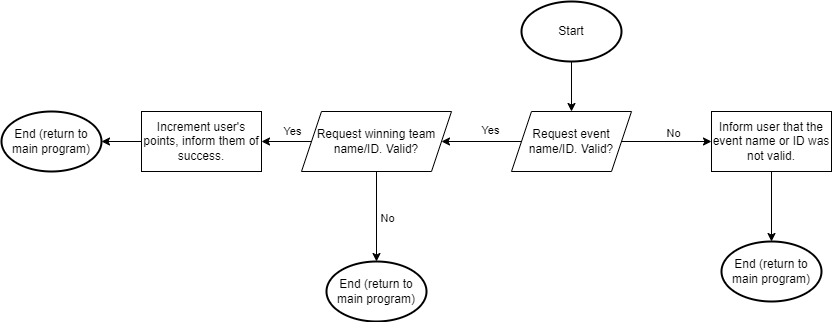
The draw.io diagram flowcharts/seteventwinner.drawio.png in iiRealisticDev/unit4tournamentapp, before a commit. Source tidied: cells renumbered, new cells last; positions are measured from the earlier drawing's top-left corner, leaving out a move shared by most shapes.
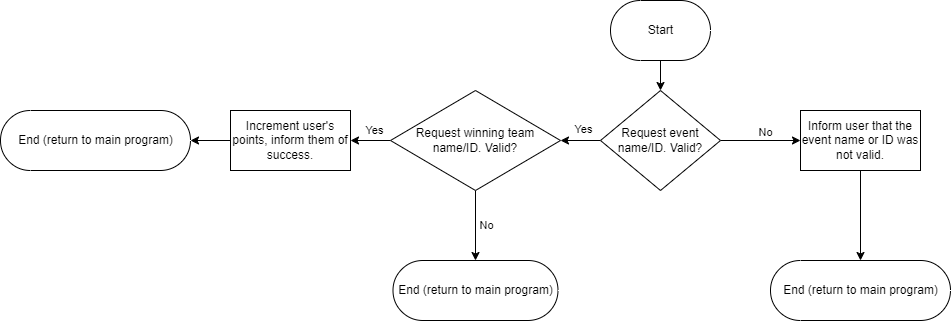
Later version of the same file.

Change to the diagram source:
```diff
@@ -5,7 +5,7 @@
     <mxCell id="2" style="edgeStyle=none;html=1;entryX=0.5;entryY=0;entryDx=0;entryDy=0;" parent="1" edge="1" source="3" target="8">
       <mxGeometry relative="1" as="geometry" />
     </mxCell>
-    <mxCell id="3" value="Start" style="strokeWidth=2;html=1;shape=mxgraph.flowchart.start_1;whiteSpace=wrap;" parent="1" vertex="1">
+    <mxCell id="3" value="Start" style="html=1;dashed=0;whitespace=wrap;shape=mxgraph.dfd.start;strokeColor=default;fontFamily=Helvetica;fontSize=12;fontColor=default;fillColor=default;" parent="1" vertex="1">
       <mxGeometry x="520" width="100" height="60" as="geometry" />
     </mxCell>
     <mxCell id="4" style="edgeStyle=none;html=1;" parent="1" edge="1" source="8" target="10">
@@ -24,8 +24,8 @@
         <mxPoint x="-5" y="-9" as="offset" />
       </mxGeometry>
     </mxCell>
-    <mxCell id="8" value="Request event name/ID. Valid?" style="shape=parallelogram;perimeter=parallelogramPerimeter;whiteSpace=wrap;html=1;fixedSize=1;" parent="1" vertex="1">
-      <mxGeometry x="510" y="110" width="120" height="60" as="geometry" />
+    <mxCell id="8" value="Request event name/ID. Valid?" style="rhombus;whiteSpace=wrap;html=1;strokeColor=default;fontFamily=Helvetica;fontSize=12;fontColor=default;fillColor=default;" parent="1" vertex="1">
+      <mxGeometry x="510" y="90" width="120" height="100" as="geometry" />
     </mxCell>
     <mxCell id="9" style="edgeStyle=none;html=1;entryX=0.5;entryY=0;entryDx=0;entryDy=0;entryPerimeter=0;" parent="1" edge="1" source="10" target="11">
       <mxGeometry relative="1" as="geometry" />
@@ -33,8 +33,8 @@
     <mxCell id="10" value="Inform user that the event name or ID was not valid." style="whiteSpace=wrap;html=1;" parent="1" vertex="1">
       <mxGeometry x="710" y="110" width="120" height="60" as="geometry" />
     </mxCell>
-    <mxCell id="11" value="End (return to main program)" style="strokeWidth=2;html=1;shape=mxgraph.flowchart.start_1;whiteSpace=wrap;" parent="1" vertex="1">
-      <mxGeometry x="720" y="240" width="100" height="60" as="geometry" />
+    <mxCell id="11" value="End (return to main program)" style="html=1;dashed=0;whitespace=wrap;shape=mxgraph.dfd.start;strokeColor=default;fontFamily=Helvetica;fontSize=12;fontColor=default;fillColor=default;" parent="1" vertex="1">
+      <mxGeometry x="680" y="260" width="180" height="60" as="geometry" />
     </mxCell>
     <mxCell id="12" style="edgeStyle=none;html=1;entryX=0.5;entryY=0;entryDx=0;entryDy=0;entryPerimeter=0;" parent="1" edge="1" source="16" target="17">
       <mxGeometry relative="1" as="geometry" />
@@ -52,11 +52,11 @@
         <mxPoint x="-7" y="-9" as="offset" />
       </mxGeometry>
     </mxCell>
-    <mxCell id="16" value="Request winning team name/ID. Valid?" style="shape=parallelogram;perimeter=parallelogramPerimeter;whiteSpace=wrap;html=1;fixedSize=1;" parent="1" vertex="1">
-      <mxGeometry x="300" y="110" width="150" height="60" as="geometry" />
+    <mxCell id="16" value="Request winning team name/ID. Valid?" style="rhombus;whiteSpace=wrap;html=1;strokeColor=default;fontFamily=Helvetica;fontSize=12;fontColor=default;fillColor=default;" parent="1" vertex="1">
+      <mxGeometry x="300" y="90" width="170" height="100" as="geometry" />
     </mxCell>
-    <mxCell id="17" value="End (return to main program)" style="strokeWidth=2;html=1;shape=mxgraph.flowchart.start_1;whiteSpace=wrap;" parent="1" vertex="1">
-      <mxGeometry x="325" y="260" width="100" height="60" as="geometry" />
+    <mxCell id="17" value="End (return to main program)" style="html=1;dashed=0;whitespace=wrap;shape=mxgraph.dfd.start;strokeColor=default;fontFamily=Helvetica;fontSize=12;fontColor=default;fillColor=default;" parent="1" vertex="1">
+      <mxGeometry x="302.5" y="260" width="165" height="60" as="geometry" />
     </mxCell>
     <mxCell id="18" style="edgeStyle=none;html=1;entryX=1;entryY=0.5;entryDx=0;entryDy=0;entryPerimeter=0;" parent="1" edge="1" source="19" target="20">
       <mxGeometry relative="1" as="geometry" />
@@ -64,8 +64,8 @@
     <mxCell id="19" value="Increment user's points, inform them of success." style="whiteSpace=wrap;html=1;" parent="1" vertex="1">
       <mxGeometry x="140" y="110" width="120" height="60" as="geometry" />
     </mxCell>
-    <mxCell id="20" value="End (return to main program)" style="strokeWidth=2;html=1;shape=mxgraph.flowchart.start_1;whiteSpace=wrap;" parent="1" vertex="1">
-      <mxGeometry y="110" width="100" height="60" as="geometry" />
+    <mxCell id="20" value="End (return to main program)" style="html=1;dashed=0;whitespace=wrap;shape=mxgraph.dfd.start;strokeColor=default;fontFamily=Helvetica;fontSize=12;fontColor=default;fillColor=default;" parent="1" vertex="1">
+      <mxGeometry x="-90" y="110" width="190" height="60" as="geometry" />
     </mxCell>
   </root>
 </mxGraphModel>
```
